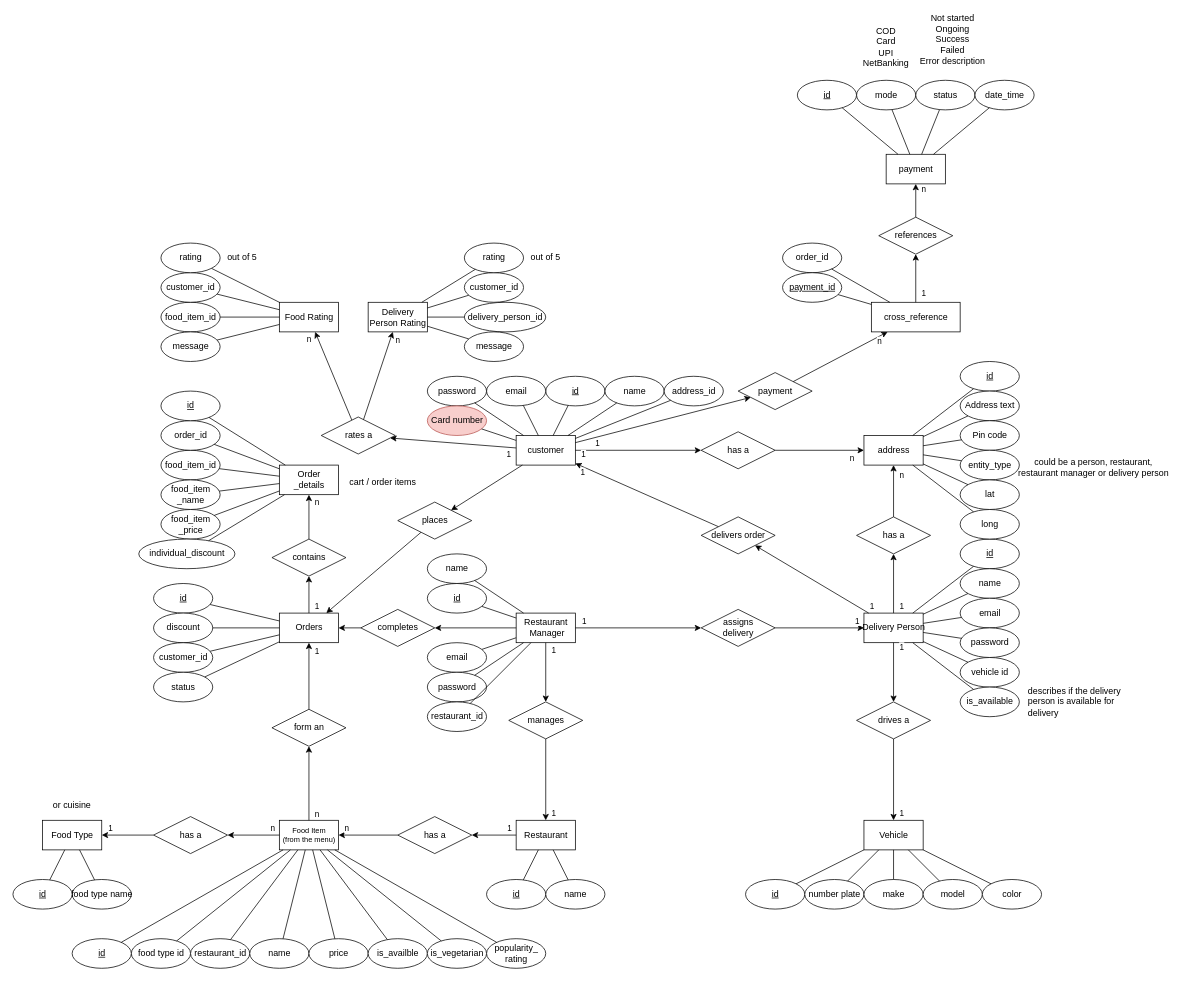
callofthewild/hunger-buzz keeps this draw.io diagram as diagrams/ER/ER diagram.drawio. Above is the earlier version. Source tidied: cells renumbered, new cells numbered last; positions are measured from the earlier drawing's top-left corner, leaving out a move shared by most shapes. Both pictures are drawn from the tidied source at 74%, with x=0, y=0 at pixel (13, 13).
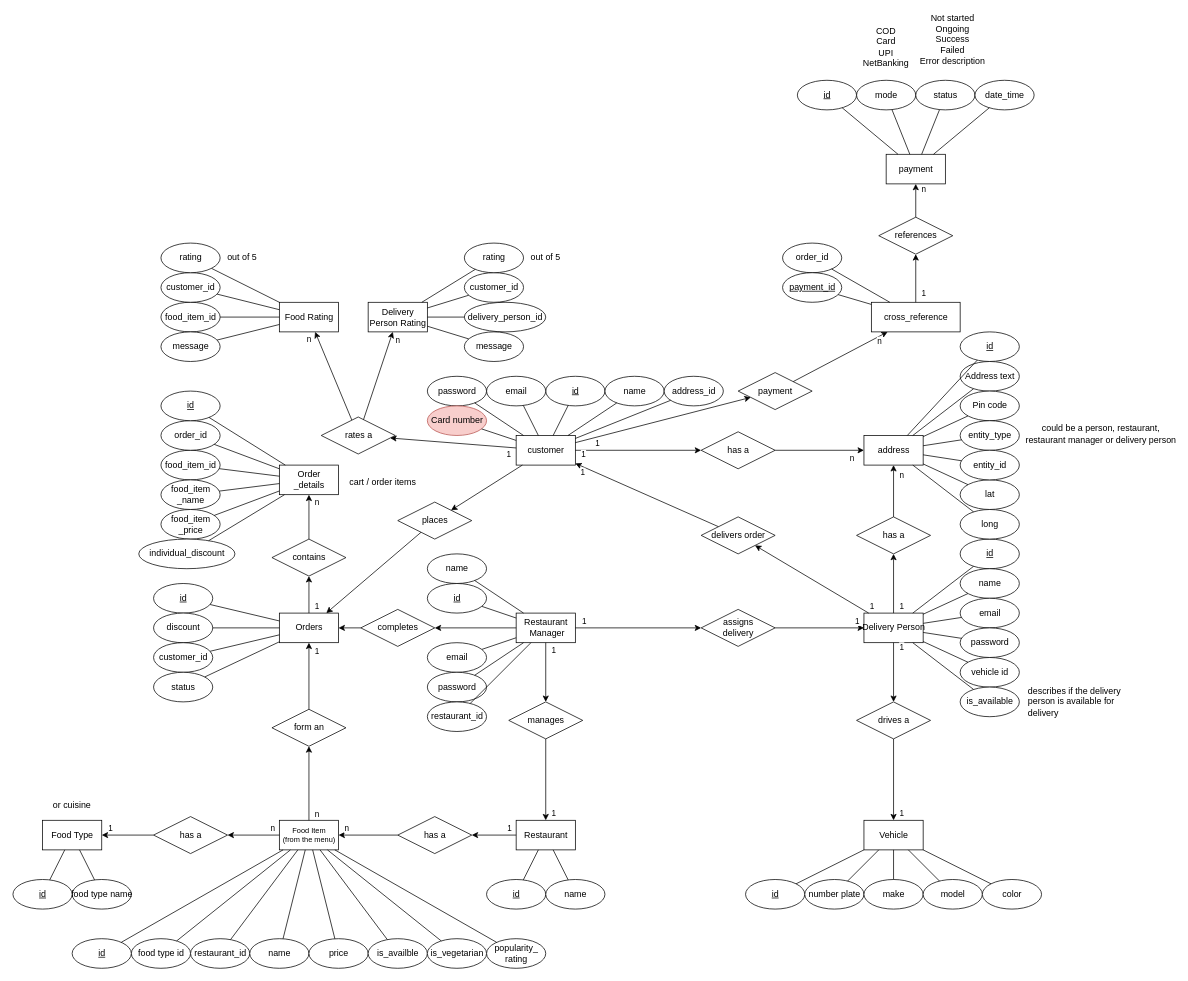
The same page after the edit.

Commit message:
ER : Added entity id in Address

The change refers to these unchanged cells:
```xml
<mxCell id="7" value="address" style="rounded=0;html=1;" parent="1" vertex="1">
  <mxGeometry x="1150" y="570" width="80" height="40" as="geometry" />
</mxCell>
```

Change to the diagram source:
```diff
@@
     <mxCell id="17" value="id" style="ellipse;html=1;align=center;fontStyle=4;" parent="1" vertex="1">
-      <mxGeometry x="1280" y="470" width="80" height="40" as="geometry" />
+      <mxGeometry x="1280" y="430" width="80" height="40" as="geometry" />
     </mxCell>
     <mxCell id="18" value="Address text" style="ellipse;html=1;align=center;" parent="1" vertex="1">
-      <mxGeometry x="1280" y="510" width="80" height="40" as="geometry" />
+      <mxGeometry x="1280" y="470" width="80" height="40" as="geometry" />
     </mxCell>
     <mxCell id="19" value="Pin code" style="ellipse;html=1;align=center;" parent="1" vertex="1">
-      <mxGeometry x="1280" y="550" width="80" height="40" as="geometry" />
+      <mxGeometry x="1280" y="510" width="80" height="40" as="geometry" />
     </mxCell>
@@
     <mxCell id="75" value="entity_type" style="ellipse;html=1;align=center;" parent="1" vertex="1">
-      <mxGeometry x="1280" y="590" width="80" height="40" as="geometry" />
+      <mxGeometry x="1280" y="550" width="80" height="40" as="geometry" />
     </mxCell>
     <mxCell id="76" value="&lt;div&gt;could be a person, restaurant,&lt;/div&gt;&lt;div&gt;restaurant manager or delivery person&lt;br&gt;&lt;/div&gt;" style="text;html=1;strokeColor=none;fillColor=none;align=center;verticalAlign=middle;rounded=0;" parent="1" vertex="1">
-      <mxGeometry x="1370" y="590" width="180" height="45" as="geometry" />
+      <mxGeometry x="1380" y="545" width="180" height="45" as="geometry" />
     </mxCell>
@@
+    <mxCell id="225" value="entity_id" style="ellipse;html=1;align=center;" parent="1" vertex="1">
+      <mxGeometry x="1280" y="590" width="80" height="40" as="geometry" />
+    </mxCell>
+    <mxCell id="226" style="endArrow=none;html=1;rounded=0;" parent="1" edge="1" source="7" target="225">
+      <mxGeometry relative="1" as="geometry" />
+    </mxCell>
```
